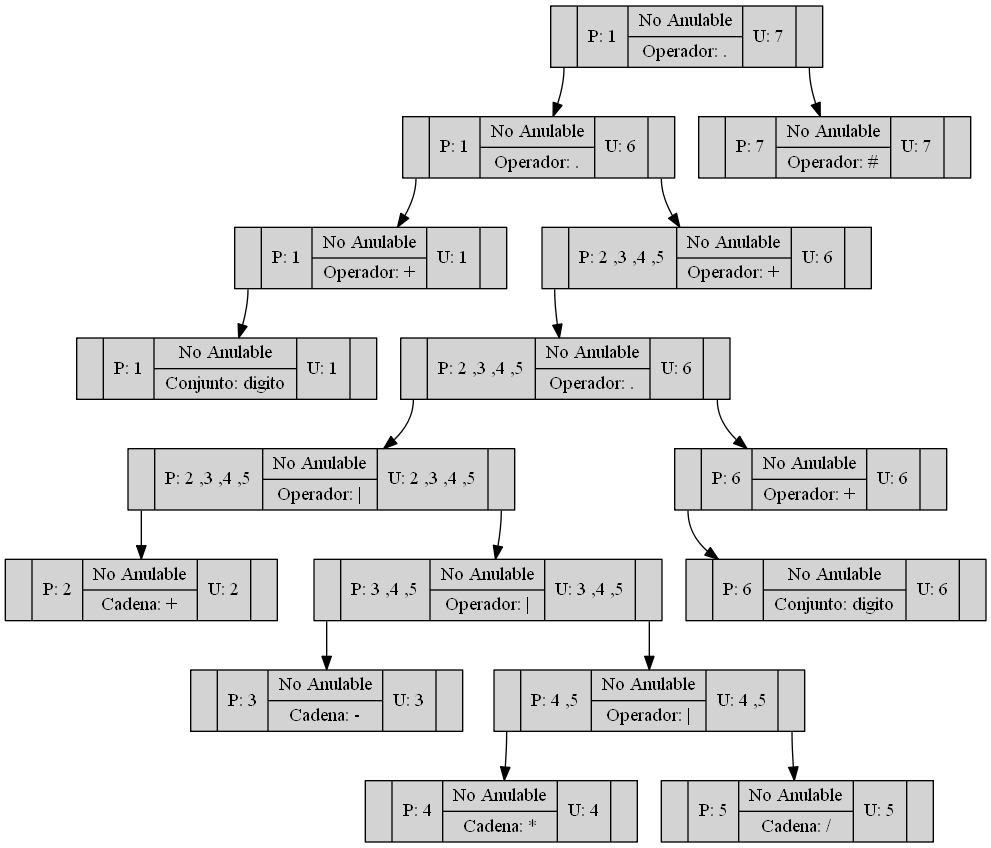
Above: OLC1_Practica1_201701133/Arbol3.png in SelvinLP/-OLC1-Practica1_201701133 (Graphviz), before the change. Its source is kept beside it as OLC1_Practica1_201701133/Arbol3.dot.
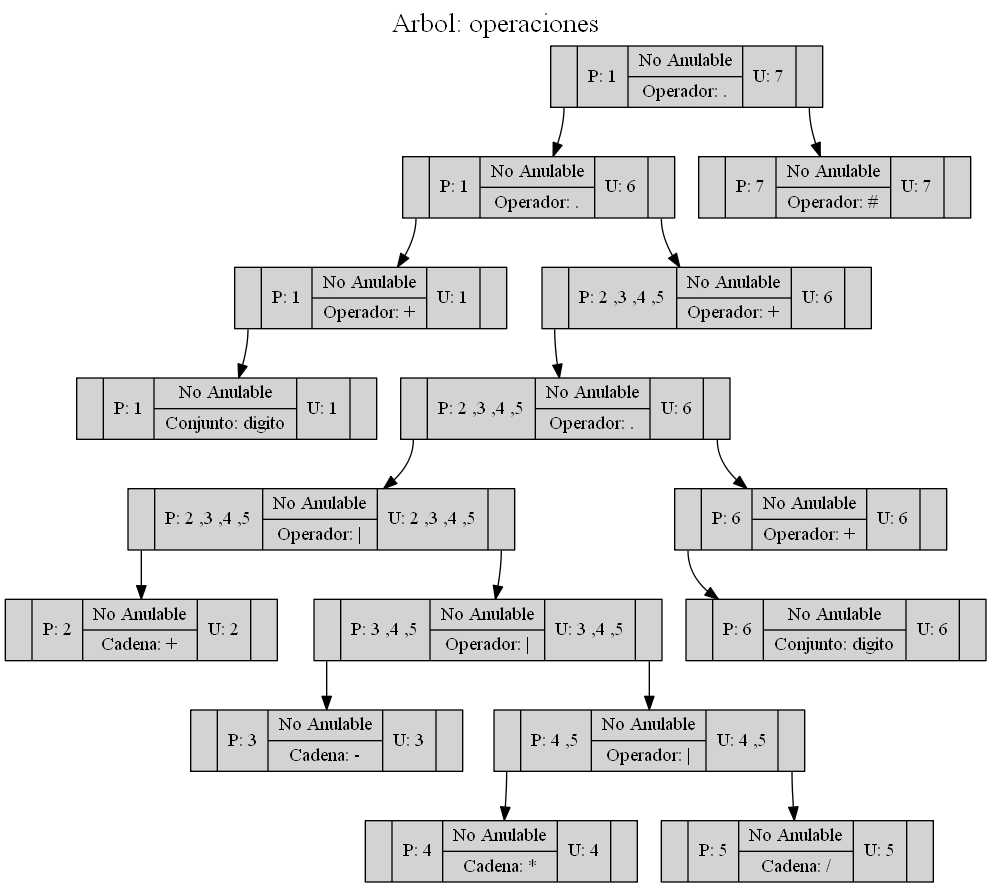
Later version of the same file.

Change to the diagram source:
```diff
@@ -1,5 +1,5 @@
 digraph ARBOL {
-rankdir=TB
+graph [label="Arbol: operaciones", labelloc=t, fontsize=20]; rankdir=TB
 node[shape=record,style=filled]
 "0"[label ="<C0>|P: 1|{<C1>No Anulable|Operador: \.}|U: 7|<C2>"];
 "2"[label ="<C0>|P: 1|{<C1>No Anulable|Operador: \.}|U: 6|<C2>"];
```
